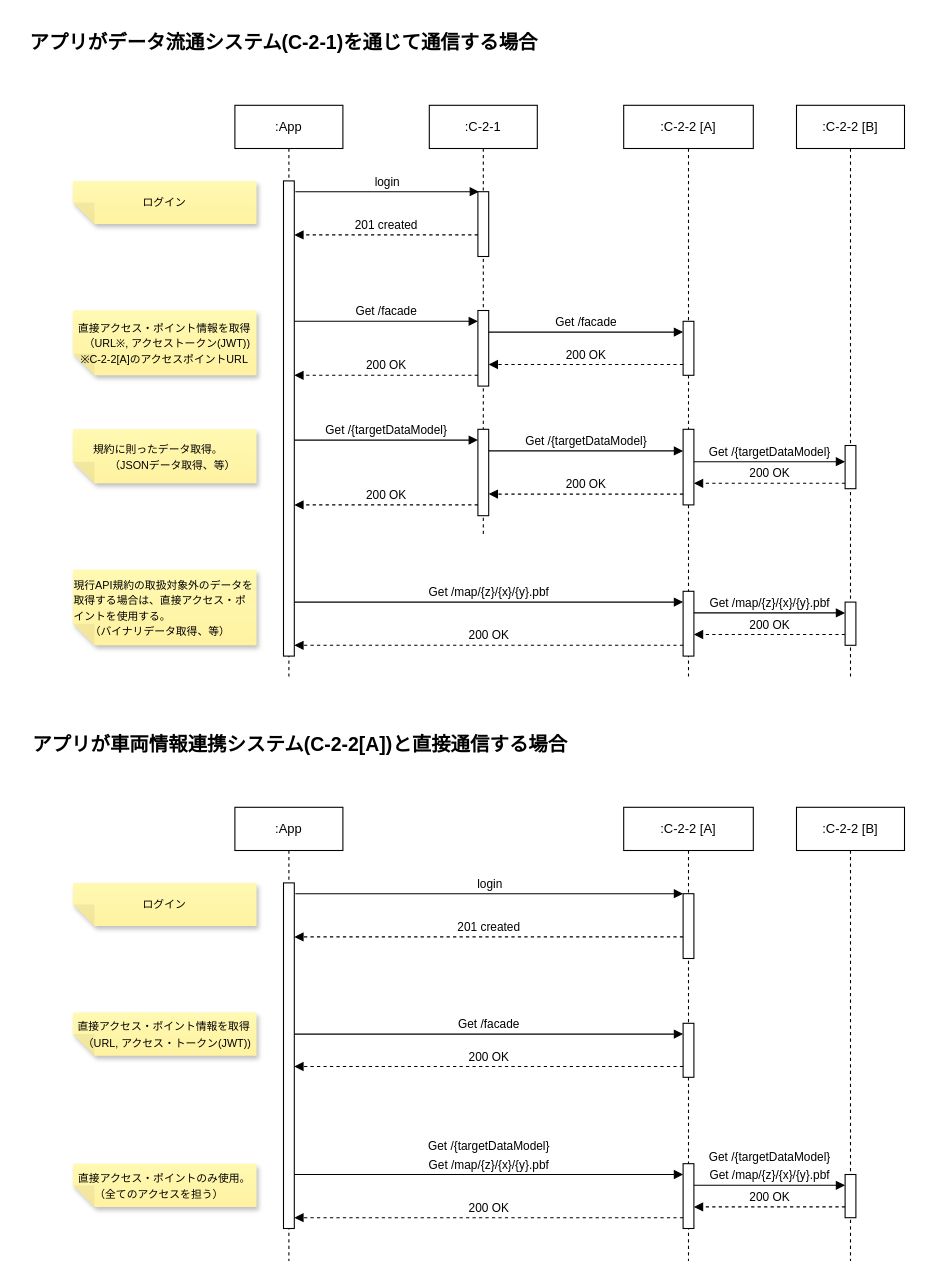
Before: page "C-2-1経由" (1 of 4) of models/access-scheme.drawio in Sportacandy/C-2-2API, a draw.io diagram. Source tidied: cells renumbered, new cells numbered last; positions are measured from the earlier drawing's top-left corner, leaving out a move shared by most shapes. Both pictures are drawn from the tidied source at 108%, with x=0, y=0 at pixel (18, 18).
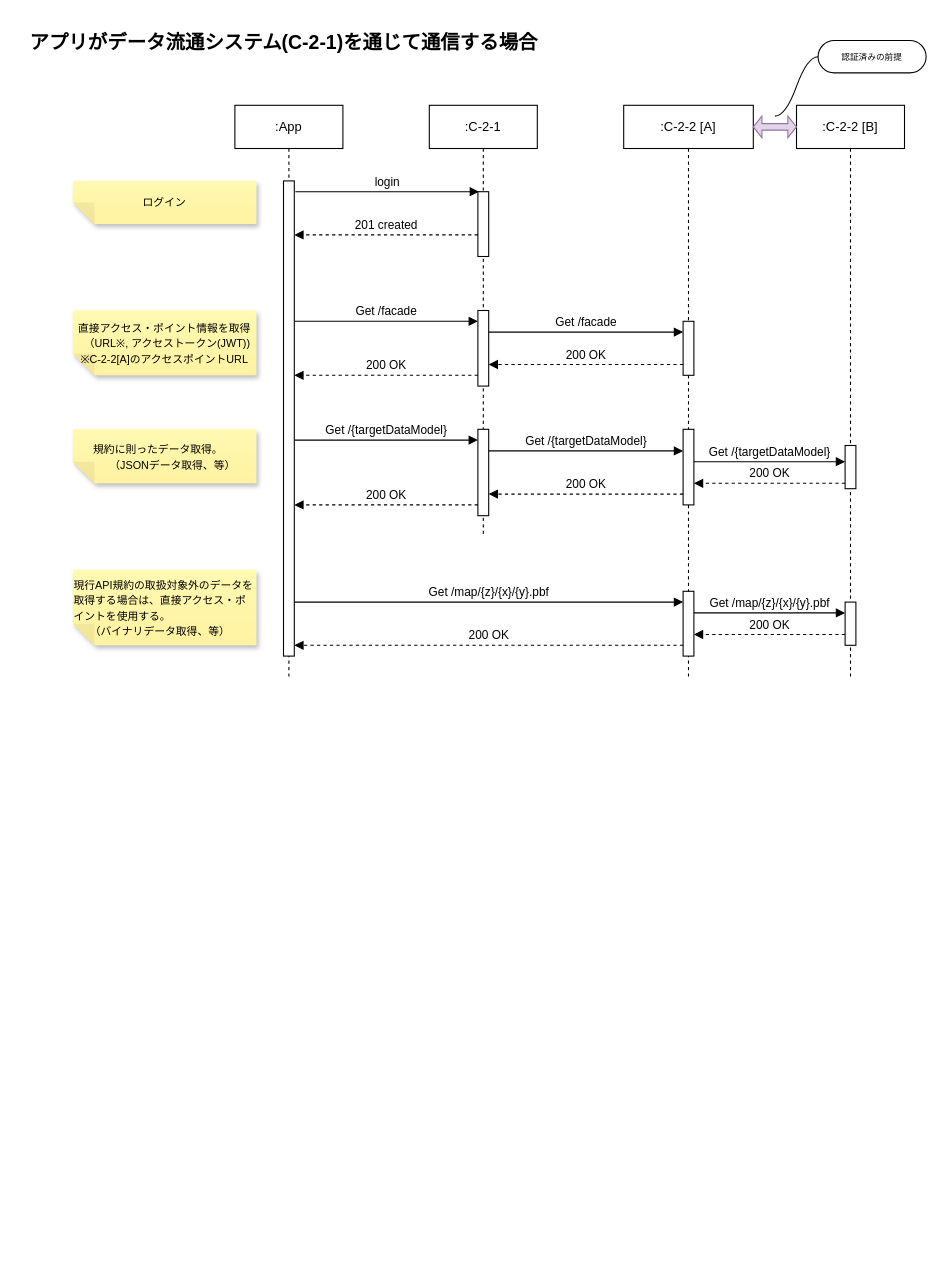
Above is the later version.

Commit message (it also covers changes not shown here):
pagenate document.

Change to the diagram source:
```diff
@@
-    <mxCell id="28" value=":App" style="shape=umlLifeline;perimeter=lifelinePerimeter;whiteSpace=wrap;html=1;newEdgeStyle={&quot;edgeStyle&quot;:&quot;elbowEdgeStyle&quot;,&quot;elbow&quot;:&quot;vertical&quot;,&quot;curved&quot;:0,&quot;rounded&quot;:0};" parent="1" vertex="1">
-      <mxGeometry x="200" y="730" width="100" height="420" as="geometry" />
-    </mxCell>
-    <mxCell id="29" style="html=1;points=[];perimeter=orthogonalPerimeter;outlineConnect=0;targetShapes=umlLifeline;portConstraint=eastwest;newEdgeStyle={&quot;edgeStyle&quot;:&quot;elbowEdgeStyle&quot;,&quot;elbow&quot;:&quot;vertical&quot;,&quot;curved&quot;:0,&quot;rounded&quot;:0};" parent="28" vertex="1">
-      <mxGeometry x="45" y="70" width="10" height="320" as="geometry" />
-    </mxCell>
-    <mxCell id="30" value="login" style="html=1;verticalAlign=bottom;endArrow=block;edgeStyle=elbowEdgeStyle;elbow=horizontal;curved=0;rounded=0;" parent="1" edge="1" target="35">
-      <mxGeometry relative="1" as="geometry">
-        <mxPoint x="256" y="810" as="sourcePoint" />
-        <Array as="points">
-          <mxPoint x="341" y="810" />
-        </Array>
-      </mxGeometry>
-    </mxCell>
-    <mxCell id="31" value="201 created" style="html=1;verticalAlign=bottom;endArrow=block;edgeStyle=elbowEdgeStyle;elbow=vertical;curved=0;rounded=0;dashed=1;" parent="1" edge="1" source="35" target="29">
-      <mxGeometry relative="1" as="geometry">
-        <Array as="points">
-          <mxPoint x="350" y="850" />
-        </Array>
-      </mxGeometry>
-    </mxCell>
-    <mxCell id="32" value=":C-2-2 [A]" style="shape=umlLifeline;perimeter=lifelinePerimeter;whiteSpace=wrap;html=1;newEdgeStyle={&quot;edgeStyle&quot;:&quot;elbowEdgeStyle&quot;,&quot;elbow&quot;:&quot;vertical&quot;,&quot;curved&quot;:0,&quot;rounded&quot;:0};" parent="1" vertex="1">
-      <mxGeometry x="560" y="730" width="120" height="420" as="geometry" />
-    </mxCell>
-    <mxCell id="33" style="html=1;points=[];perimeter=orthogonalPerimeter;outlineConnect=0;targetShapes=umlLifeline;portConstraint=eastwest;newEdgeStyle={&quot;edgeStyle&quot;:&quot;elbowEdgeStyle&quot;,&quot;elbow&quot;:&quot;vertical&quot;,&quot;curved&quot;:0,&quot;rounded&quot;:0};" parent="32" vertex="1">
-      <mxGeometry x="55" y="200" width="10" height="50" as="geometry" />
-    </mxCell>
-    <mxCell id="34" style="html=1;points=[];perimeter=orthogonalPerimeter;outlineConnect=0;targetShapes=umlLifeline;portConstraint=eastwest;newEdgeStyle={&quot;edgeStyle&quot;:&quot;elbowEdgeStyle&quot;,&quot;elbow&quot;:&quot;vertical&quot;,&quot;curved&quot;:0,&quot;rounded&quot;:0};" parent="32" vertex="1">
-      <mxGeometry x="55" y="330" width="10" height="60" as="geometry" />
-    </mxCell>
-    <mxCell id="35" style="html=1;points=[];perimeter=orthogonalPerimeter;outlineConnect=0;targetShapes=umlLifeline;portConstraint=eastwest;newEdgeStyle={&quot;edgeStyle&quot;:&quot;elbowEdgeStyle&quot;,&quot;elbow&quot;:&quot;vertical&quot;,&quot;curved&quot;:0,&quot;rounded&quot;:0};" parent="32" vertex="1">
-      <mxGeometry x="55" y="80" width="10" height="60" as="geometry" />
-    </mxCell>
-    <mxCell id="36" value=":C-2-2 [B]" style="shape=umlLifeline;perimeter=lifelinePerimeter;whiteSpace=wrap;html=1;newEdgeStyle={&quot;edgeStyle&quot;:&quot;elbowEdgeStyle&quot;,&quot;elbow&quot;:&quot;vertical&quot;,&quot;curved&quot;:0,&quot;rounded&quot;:0};" parent="1" vertex="1">
-      <mxGeometry x="720" y="730" width="100" height="420" as="geometry" />
-    </mxCell>
-    <mxCell id="37" style="html=1;points=[];perimeter=orthogonalPerimeter;outlineConnect=0;targetShapes=umlLifeline;portConstraint=eastwest;newEdgeStyle={&quot;edgeStyle&quot;:&quot;elbowEdgeStyle&quot;,&quot;elbow&quot;:&quot;vertical&quot;,&quot;curved&quot;:0,&quot;rounded&quot;:0};" parent="36" vertex="1">
-      <mxGeometry x="45" y="340" width="10" height="40" as="geometry" />
-    </mxCell>
-    <mxCell id="38" value="Get /facade" style="html=1;verticalAlign=bottom;endArrow=block;edgeStyle=elbowEdgeStyle;elbow=horizontal;curved=0;rounded=0;" parent="1" edge="1" source="29" target="33">
-      <mxGeometry relative="1" as="geometry">
-        <Array as="points">
-          <mxPoint x="520" y="940" />
-        </Array>
-      </mxGeometry>
-    </mxCell>
-    <mxCell id="39" value="200 OK" style="html=1;verticalAlign=bottom;endArrow=block;edgeStyle=elbowEdgeStyle;elbow=vertical;curved=0;rounded=0;dashed=1;" parent="1" edge="1" source="33" target="29">
-      <mxGeometry relative="1" as="geometry">
-        <Array as="points">
-          <mxPoint x="535" y="970" />
-        </Array>
-      </mxGeometry>
-    </mxCell>
-    <mxCell id="40" value="&lt;div style=&quot;&quot;&gt;&lt;span style=&quot;font-size: 10px;&quot;&gt;ログイン&lt;/span&gt;&lt;/div&gt;" style="shape=note;whiteSpace=wrap;html=1;backgroundOutline=1;fontColor=#000000;darkOpacity=0.05;fillColor=#FFF9B2;strokeColor=none;fillStyle=solid;direction=west;gradientDirection=north;gradientColor=#FFF2A1;shadow=1;size=20;align=center;" parent="1" vertex="1">
-      <mxGeometry x="50" y="800" width="170" height="40" as="geometry" />
-    </mxCell>
-    <mxCell id="41" value="&lt;div style=&quot;text-align: left;&quot;&gt;&lt;span style=&quot;font-size: 10px; background-color: initial;&quot;&gt;直接アクセス・ポイント情報を取得&lt;/span&gt;&lt;/div&gt;&lt;font style=&quot;font-size: 10px;&quot;&gt;　（URL, アクセス・トークン(JWT))&lt;/font&gt;" style="shape=note;whiteSpace=wrap;html=1;backgroundOutline=1;fontColor=#000000;darkOpacity=0.05;fillColor=#FFF9B2;strokeColor=none;fillStyle=solid;direction=west;gradientDirection=north;gradientColor=#FFF2A1;shadow=1;size=20;" parent="1" vertex="1">
-      <mxGeometry x="50" y="920" width="170" height="40" as="geometry" />
-    </mxCell>
-    <mxCell id="42" value="Get /map/{z}/{x}/{y}.pbf" style="html=1;verticalAlign=bottom;endArrow=block;edgeStyle=elbowEdgeStyle;elbow=horizontal;curved=0;rounded=0;" parent="1" edge="1" target="34">
-      <mxGeometry relative="1" as="geometry">
-        <mxPoint x="255" y="1070" as="sourcePoint" />
-        <Array as="points">
-          <mxPoint x="335" y="1070" />
-        </Array>
-      </mxGeometry>
-    </mxCell>
-    <mxCell id="43" value="Get /map/{z}/{x}/{y}.pbf" style="html=1;verticalAlign=bottom;endArrow=block;edgeStyle=elbowEdgeStyle;elbow=horizontal;curved=0;rounded=0;" parent="1" edge="1" target="37">
-      <mxGeometry relative="1" as="geometry">
-        <mxPoint x="625" y="1080" as="sourcePoint" />
-        <Array as="points">
-          <mxPoint x="710" y="1080" />
-        </Array>
-      </mxGeometry>
-    </mxCell>
-    <mxCell id="44" value="200 OK" style="html=1;verticalAlign=bottom;endArrow=block;edgeStyle=elbowEdgeStyle;elbow=vertical;curved=0;rounded=0;dashed=1;" parent="1" edge="1" source="37" target="34">
-      <mxGeometry relative="1" as="geometry">
-        <Array as="points">
-          <mxPoint x="690" y="1100" />
-        </Array>
-      </mxGeometry>
-    </mxCell>
-    <mxCell id="45" value="200 OK" style="html=1;verticalAlign=bottom;endArrow=block;edgeStyle=elbowEdgeStyle;elbow=vertical;curved=0;rounded=0;dashed=1;" parent="1" edge="1" source="34" target="29">
-      <mxGeometry relative="1" as="geometry">
-        <Array as="points">
-          <mxPoint x="535" y="1110" />
-        </Array>
-      </mxGeometry>
-    </mxCell>
-    <mxCell id="46" value="&lt;div style=&quot;text-align: left;&quot;&gt;&lt;span style=&quot;font-size: 10px;&quot;&gt;直接アクセス・ポイントのみ使用。&lt;br&gt;　　（全てのアクセスを担う）&lt;/span&gt;&lt;/div&gt;" style="shape=note;whiteSpace=wrap;html=1;backgroundOutline=1;fontColor=#000000;darkOpacity=0.05;fillColor=#FFF9B2;strokeColor=none;fillStyle=solid;direction=west;gradientDirection=north;gradientColor=#FFF2A1;shadow=1;size=20;" parent="1" vertex="1">
-      <mxGeometry x="50" y="1060" width="170" height="40" as="geometry" />
-    </mxCell>
-    <mxCell id="47" value="&lt;font style=&quot;font-size: 18px;&quot;&gt;アプリが車両情報連携システム(C-2-2[A])と直接通信する場合&lt;/font&gt;" style="text;strokeColor=none;fillColor=none;html=1;fontSize=24;fontStyle=1;verticalAlign=middle;align=center;" parent="1" vertex="1">
-      <mxGeometry y="650" width="520" height="40" as="geometry" />
-    </mxCell>
@@
-    <mxCell id="57" value="&lt;font style=&quot;font-size: 11px; font-weight: normal;&quot;&gt;Get /{targetDataModel}&lt;/font&gt;" style="text;strokeColor=none;fillColor=none;html=1;fontSize=24;fontStyle=1;verticalAlign=middle;align=center;" parent="1" vertex="1">
-      <mxGeometry x="360" y="1020" width="150" height="40" as="geometry" />
-    </mxCell>
-    <mxCell id="58" value="&lt;font style=&quot;font-size: 11px; font-weight: normal;&quot;&gt;Get /{targetDataModel}&lt;/font&gt;" style="text;strokeColor=none;fillColor=none;html=1;fontSize=24;fontStyle=1;verticalAlign=middle;align=center;" parent="1" vertex="1">
-      <mxGeometry x="620" y="1030" width="150" height="40" as="geometry" />
-    </mxCell>
+    <mxCell id="59" style="shape=doubleArrow;whiteSpace=wrap;html=1;fillColor=#e1d5e7;strokeColor=#9673a6;" parent="1" vertex="1">
+      <mxGeometry x="680" y="90" width="40" height="20" as="geometry" />
+    </mxCell>
+    <mxCell id="60" value="&lt;span style=&quot;font-size: 8px;&quot;&gt;認証済みの前提&lt;/span&gt;" style="whiteSpace=wrap;html=1;rounded=1;arcSize=50;align=center;verticalAlign=middle;strokeWidth=1;spacing=4;newEdgeStyle={&quot;edgeStyle&quot;:&quot;entityRelationEdgeStyle&quot;,&quot;startArrow&quot;:&quot;none&quot;,&quot;endArrow&quot;:&quot;none&quot;,&quot;segment&quot;:10,&quot;curved&quot;:1,&quot;sourcePerimeterSpacing&quot;:0,&quot;targetPerimeterSpacing&quot;:0};" parent="1" vertex="1">
+      <mxGeometry x="740" y="20" width="100" height="30" as="geometry" />
+    </mxCell>
+    <mxCell id="61" style="edgeStyle=entityRelationEdgeStyle;startArrow=none;endArrow=none;segment=10;curved=1;sourcePerimeterSpacing=0;targetPerimeterSpacing=0;rounded=0;" parent="1" edge="1" target="60">
+      <mxGeometry relative="1" as="geometry">
+        <mxPoint x="700" y="90" as="sourcePoint" />
+        <Array as="points">
+          <mxPoint x="700" y="50" />
+        </Array>
+      </mxGeometry>
+    </mxCell>
```
